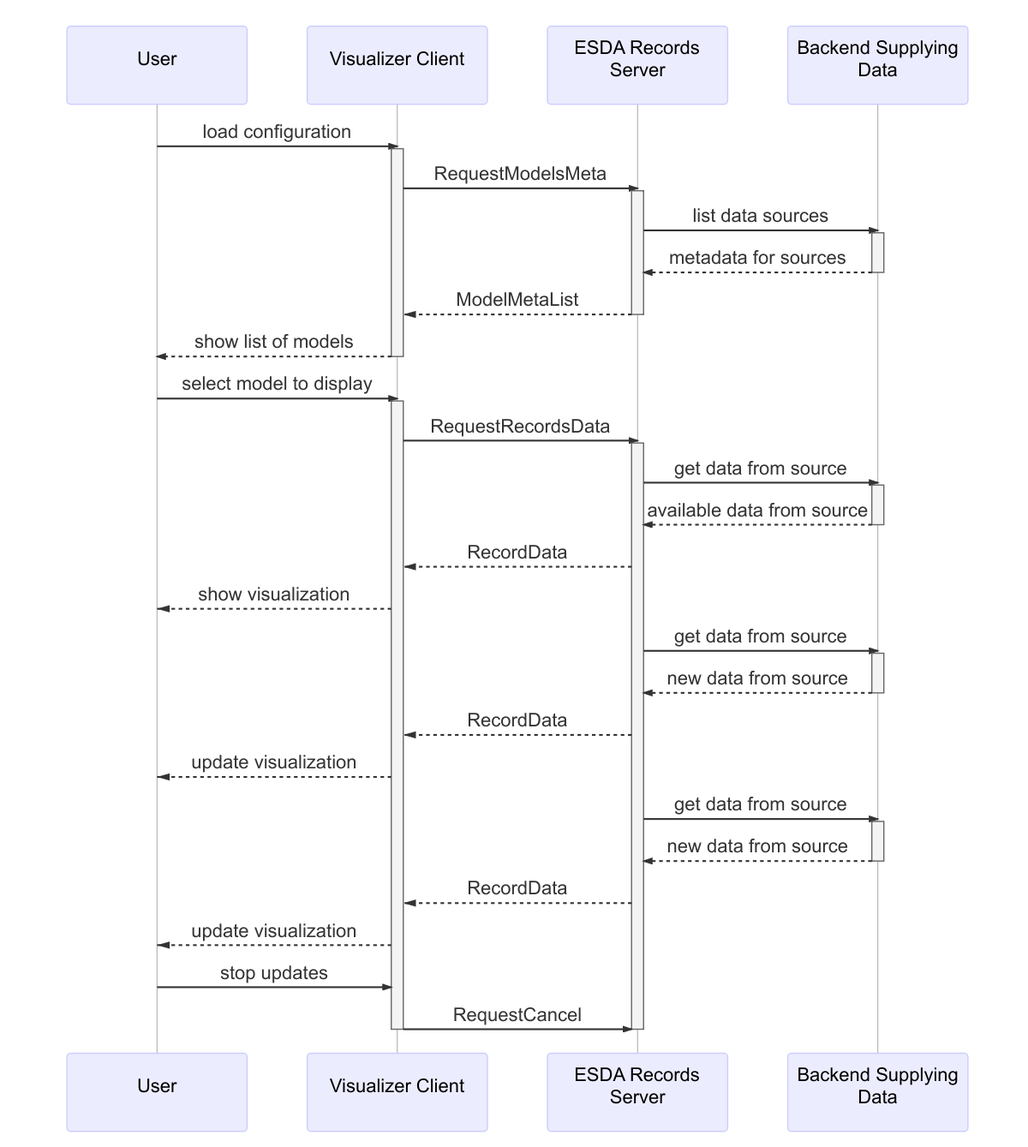
Above: dynamic-data-rpc.mermaid.png in NREL/AESD (Mermaid), before the change. Its source is kept beside it as dynamic-data-rpc.mermaid.
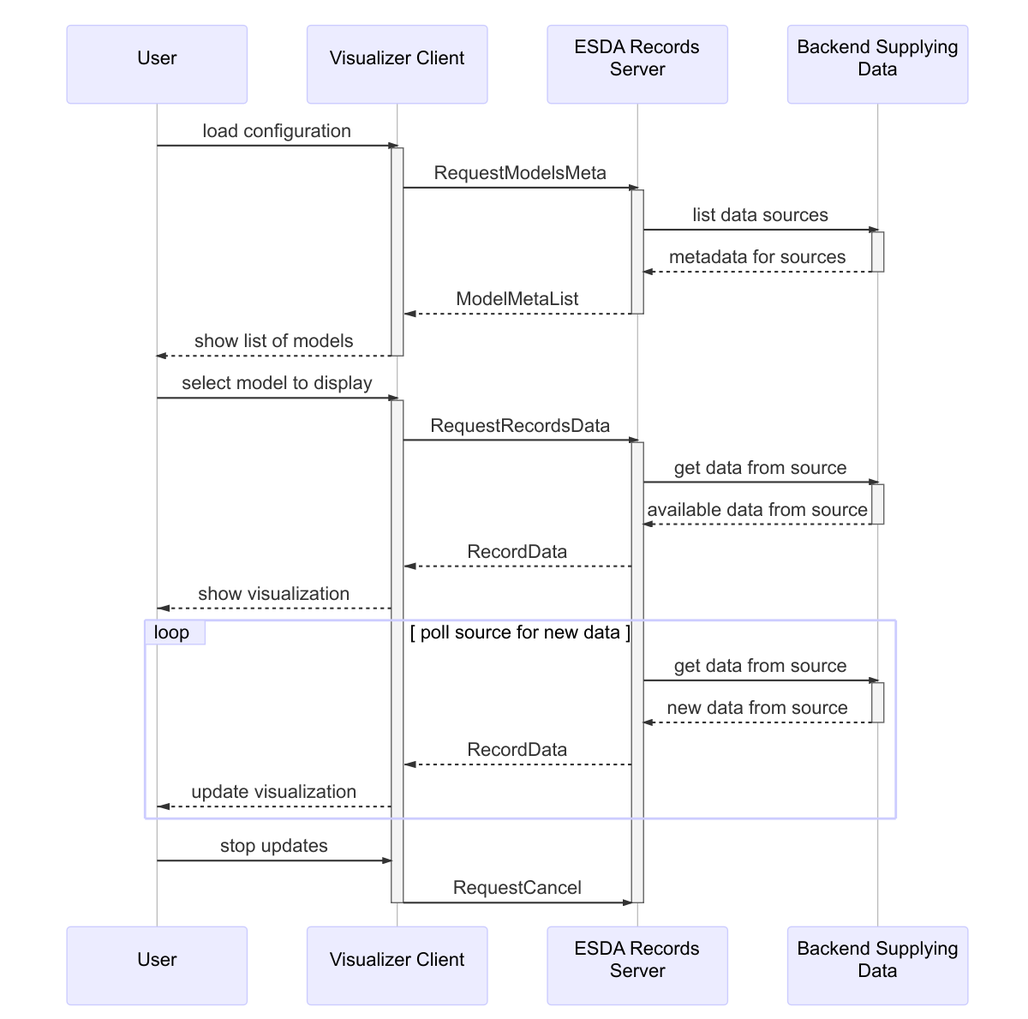
Later version of the same file.

Commit message:
converted diagrams from draw.io to mermaid

Diff of the diagram source:
```diff
@@ -28,18 +28,16 @@
 deactivate Backend Supplying Data
 ESDA Records Server --x Visualizer Client: RecordData
 Visualizer Client --x User: show visualization
-ESDA Records Server ->> Backend Supplying Data: get data from source
-activate Backend Supplying Data
-Backend Supplying Data -->> ESDA Records Server: new data from source
-deactivate Backend Supplying Data
-ESDA Records Server --x Visualizer Client: RecordData
-Visualizer Client --x User: update visualization
-ESDA Records Server ->> Backend Supplying Data: get data from source
-activate Backend Supplying Data
-Backend Supplying Data -->> ESDA Records Server: new data from source
-deactivate Backend Supplying Data
-ESDA Records Server --x Visualizer Client: RecordData
-Visualizer Client --x User: update visualization
+
+loop poll source for new data
+  ESDA Records Server ->> Backend Supplying Data: get data from source
+  activate Backend Supplying Data
+  Backend Supplying Data -->> ESDA Records Server: new data from source
+  deactivate Backend Supplying Data
+  ESDA Records Server --x Visualizer Client: RecordData
+  Visualizer Client --x User: update visualization
+end
+
 User ->> Visualizer Client: stop updates
 Visualizer Client ->> ESDA Records Server: RequestCancel
 deactivate ESDA Records Server
```
